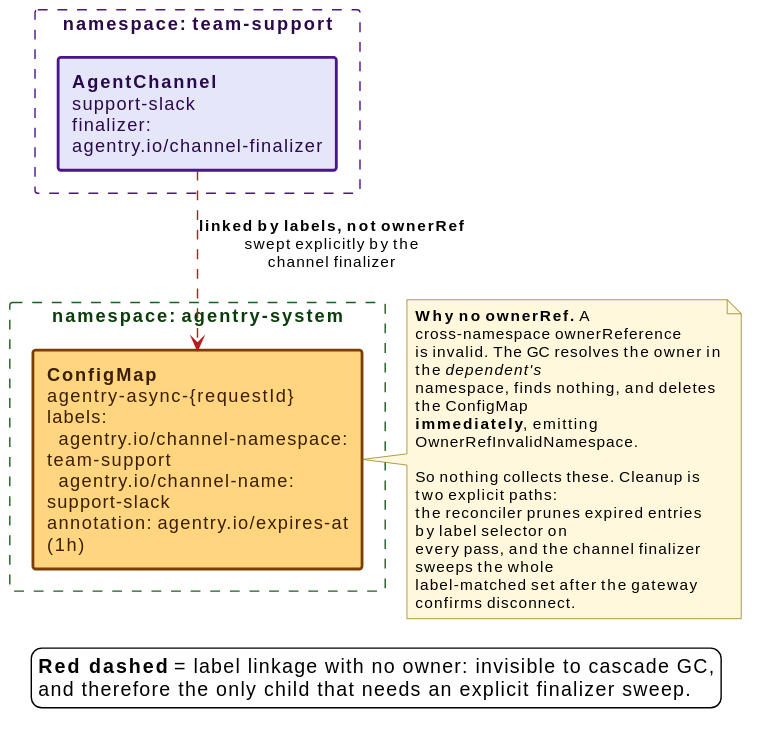
Before: docs/src/diagrams/child-resource-ownership-async.svg, a diagram exported from PlantUML (win07xp/kaalm).
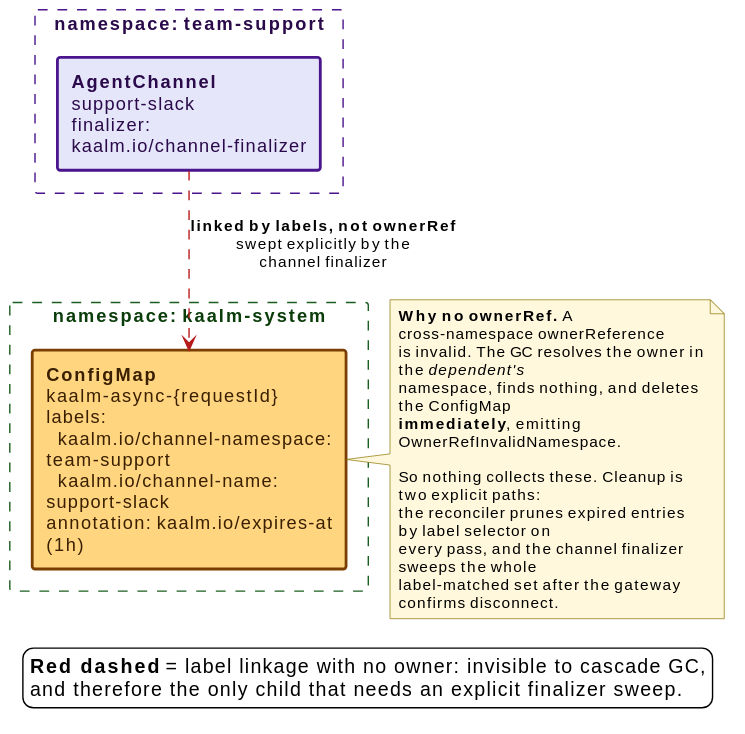
Later version of the same file.

Diff of the diagram source:
```diff
@@ -8,11 +8,11 @@
 }
 
 rectangle "namespace: **team-support**" as nsuser #line:4A148C;line.dashed;text:2a0a4a {
-  rectangle "**AgentChannel**\nsupport-slack\nfinalizer: agentry.io/channel-finalizer" as chan #back:E6E6FA;line:4A148C;line.bold;text:2a0a4a
+  rectangle "**AgentChannel**\nsupport-slack\nfinalizer: kaalm.io/channel-finalizer" as chan #back:E6E6FA;line:4A148C;line.bold;text:2a0a4a
 }
 
-rectangle "namespace: **agentry-system**" as nssys #line:1B5E20;line.dashed;text:0b3d0b {
-  rectangle "**ConfigMap** agentry-async-{requestId}\nlabels:\n  agentry.io/channel-namespace: team-support\n  agentry.io/channel-name: support-slack\nannotation: agentry.io/expires-at (1h)" as cm #back:FFD580;line:7a3f00;line.bold;text:3a1f00
+rectangle "namespace: **kaalm-system**" as nssys #line:1B5E20;line.dashed;text:0b3d0b {
+  rectangle "**ConfigMap** kaalm-async-{requestId}\nlabels:\n  kaalm.io/channel-namespace: team-support\n  kaalm.io/channel-name: support-slack\nannotation: kaalm.io/expires-at (1h)" as cm #back:FFD580;line:7a3f00;line.bold;text:3a1f00
 }
 
 chan -[#B71C1C,dashed]-> cm : **linked by labels, not ownerRef**\nswept explicitly by the\nchannel finalizer
```
